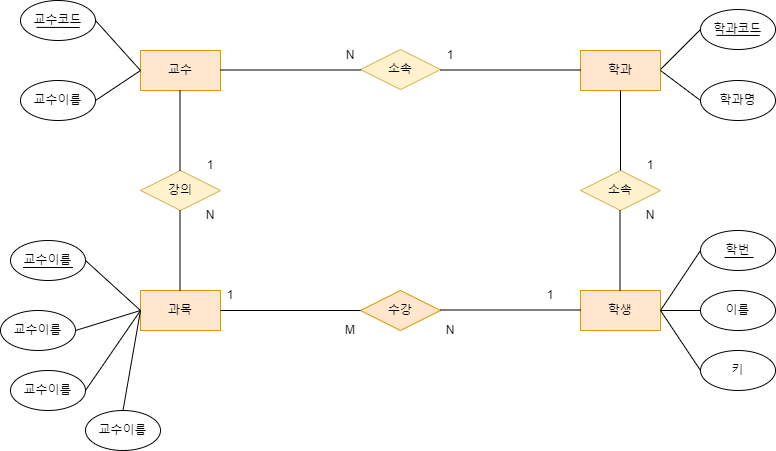
This is 학사관리시스템.drawio.png from leeseungun1/diagram, a draw.io export, as it was before one commit. Source tidied: cells renumbered, new cells last; positions are measured from the earlier drawing's top-left corner, leaving out a move shared by most shapes.
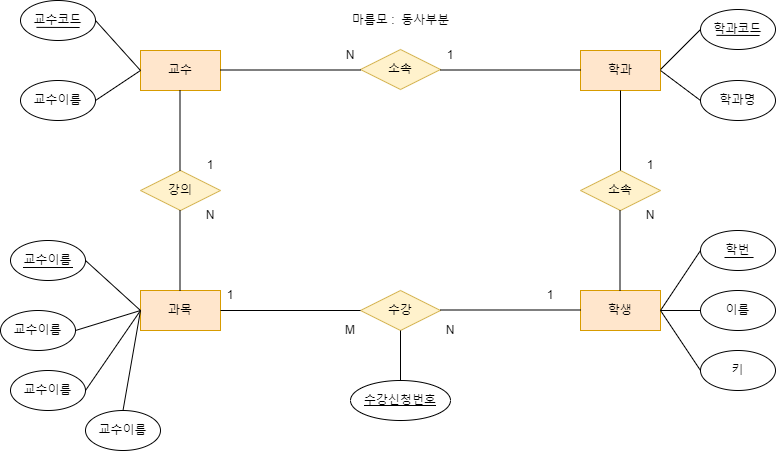
After the commit.

Commit message:
학사관리시스템.drawio.png 업데이트

What changed in the source:
```diff
@@ -17,7 +17,7 @@
     <mxCell id="6" value="소속" style="rhombus;whiteSpace=wrap;html=1;fillColor=#fff2cc;strokeColor=#d6b656;" parent="1" vertex="1">
       <mxGeometry x="360" y="49" width="80" height="40" as="geometry" />
     </mxCell>
-    <mxCell id="7" value="수강" style="rhombus;whiteSpace=wrap;html=1;fillColor=#ffe6cc;strokeColor=#d79b00;" parent="1" vertex="1">
+    <mxCell id="7" value="수강" style="rhombus;whiteSpace=wrap;html=1;fillColor=#fff2cc;strokeColor=#d6b656;" parent="1" vertex="1">
       <mxGeometry x="360" y="290" width="80" height="40" as="geometry" />
     </mxCell>
     <mxCell id="8" value="소속" style="rhombus;whiteSpace=wrap;html=1;fillColor=#fff2cc;strokeColor=#d6b656;" parent="1" vertex="1">
@@ -206,5 +206,14 @@
         <mxPoint x="72.5" y="267" as="targetPoint" />
       </mxGeometry>
     </mxCell>
+    <mxCell id="54" value="마름모 :&amp;nbsp; 동사부분" style="text;html=1;align=center;verticalAlign=middle;strokeColor=none;fillColor=none;" parent="1" vertex="1">
+      <mxGeometry x="340" y="5" width="120" height="30" as="geometry" />
+    </mxCell>
+    <mxCell id="55" value="수강신청번호" style="ellipse;whiteSpace=wrap;html=1;align=center;fontStyle=4;" parent="1" vertex="1">
+      <mxGeometry x="350" y="380" width="100" height="40" as="geometry" />
+    </mxCell>
+    <mxCell id="56" style="endArrow=none;html=1;rounded=0;exitX=0.5;exitY=1;exitDx=0;exitDy=0;entryX=0.5;entryY=0;entryDx=0;entryDy=0;" parent="1" edge="1" source="7" target="55">
+      <mxGeometry relative="1" as="geometry" />
+    </mxCell>
   </root>
 </mxGraphModel>
```
